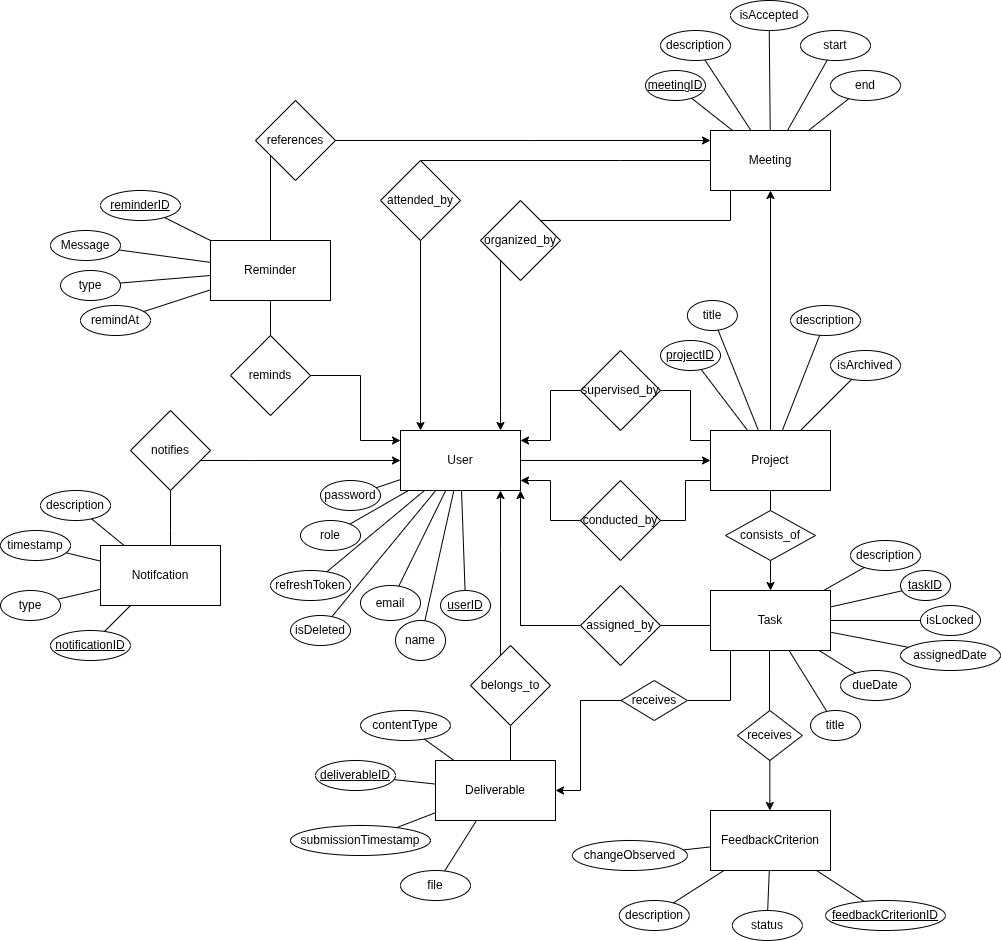
Above: UML/ERD/Entity Relationship Diagram.drawio.png in Beginner50/Dissertation (draw.io), before the change. Source tidied: cells renumbered, new cells last; positions are measured from the earlier drawing's top-left corner, leaving out a move shared by most shapes.
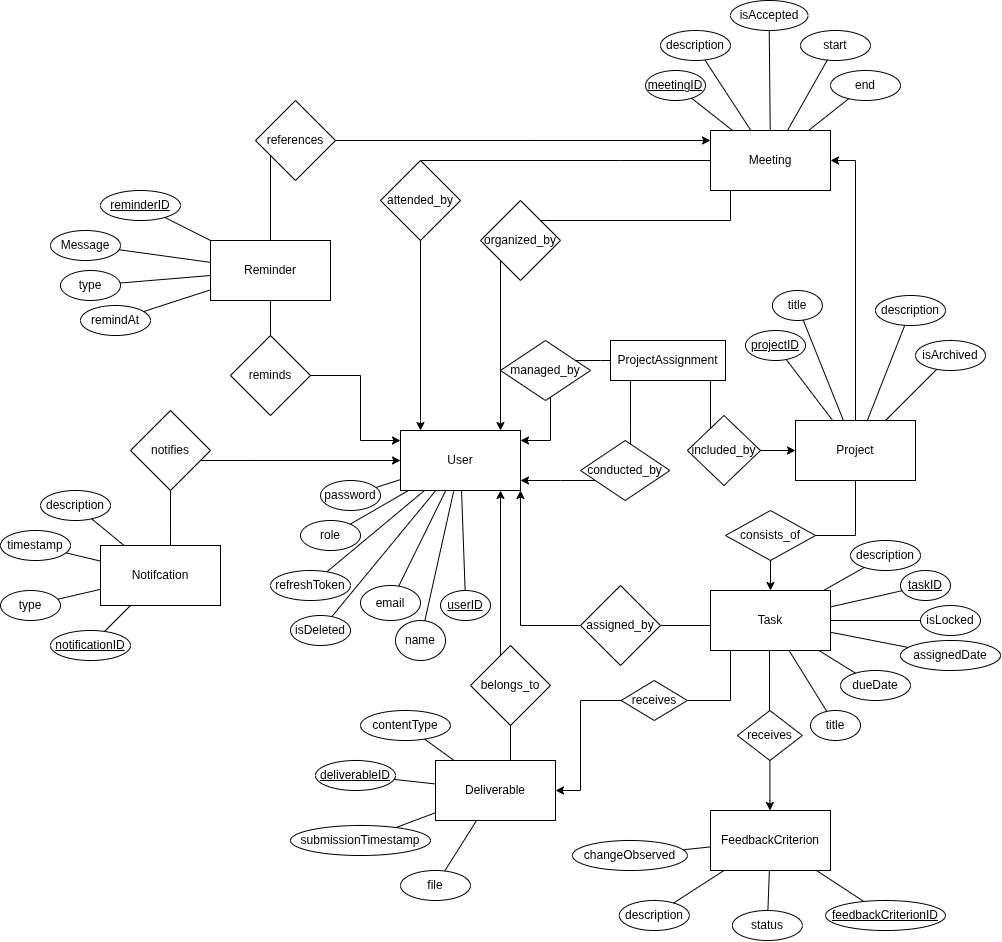
Later version of the same file.

Change to the diagram source:
```diff
@@ -9,8 +9,12 @@
         </Array>
       </mxGeometry>
     </mxCell>
-    <mxCell id="3" style="edgeStyle=orthogonalEdgeStyle;rounded=0;jettySize=auto;html=1;exitX=1;exitY=0.5;exitDx=0;exitDy=0;" parent="1" edge="1" source="5" target="8">
-      <mxGeometry relative="1" as="geometry" />
+    <mxCell id="3" style="edgeStyle=orthogonalEdgeStyle;rounded=0;jettySize=auto;html=1;endArrow=classic;endFill=1;startArrow=none;startFill=0;" parent="1" edge="1" source="124" target="8">
+      <mxGeometry relative="1" as="geometry">
+        <Array as="points">
+          <mxPoint x="710" y="450" />
+        </Array>
+      </mxGeometry>
     </mxCell>
     <mxCell id="4" style="edgeStyle=orthogonalEdgeStyle;rounded=0;jettySize=auto;html=1;endArrow=none;endFill=0;startArrow=classic;startFill=1;" parent="1" edge="1" source="5" target="27">
       <mxGeometry relative="1" as="geometry">
@@ -27,10 +31,14 @@
       <mxGeometry relative="1" as="geometry" />
     </mxCell>
     <mxCell id="7" style="edgeStyle=orthogonalEdgeStyle;rounded=0;jettySize=auto;html=1;exitX=0.5;exitY=0;exitDx=0;exitDy=0;" parent="1" edge="1" source="8" target="10">
-      <mxGeometry relative="1" as="geometry" />
+      <mxGeometry relative="1" as="geometry">
+        <Array as="points">
+          <mxPoint x="855" y="160" />
+        </Array>
+      </mxGeometry>
     </mxCell>
     <mxCell id="8" value="Project" style="rounded=0;whiteSpace=wrap;html=1;" parent="1" vertex="1">
-      <mxGeometry x="710" y="430" width="120" height="60" as="geometry" />
+      <mxGeometry x="795" y="420" width="120" height="60" as="geometry" />
     </mxCell>
     <mxCell id="9" style="edgeStyle=orthogonalEdgeStyle;rounded=0;jettySize=auto;html=1;endArrow=none;endFill=0;" parent="1" edge="1" source="10" target="23">
       <mxGeometry relative="1" as="geometry">
@@ -128,33 +136,25 @@
     <mxCell id="25" value="references" style="rhombus;whiteSpace=wrap;html=1;" parent="1" vertex="1">
       <mxGeometry x="255" y="100" width="80" height="80" as="geometry" />
     </mxCell>
-    <mxCell id="26" style="edgeStyle=orthogonalEdgeStyle;rounded=0;jettySize=auto;html=1;endArrow=none;endFill=0;" parent="1" edge="1" source="27" target="8">
+    <mxCell id="26" style="edgeStyle=orthogonalEdgeStyle;rounded=0;jettySize=auto;html=1;endArrow=none;endFill=0;startArrow=none;startFill=0;" parent="1" edge="1" source="27" target="124">
       <mxGeometry relative="1" as="geometry">
         <Array as="points">
-          <mxPoint x="690" y="390" />
-          <mxPoint x="690" y="440" />
+          <mxPoint x="600" y="360" />
+          <mxPoint x="600" y="360" />
         </Array>
       </mxGeometry>
     </mxCell>
-    <mxCell id="27" value="supervised_by" style="rhombus;whiteSpace=wrap;html=1;" parent="1" vertex="1">
-      <mxGeometry x="580" y="350" width="80" height="80" as="geometry" />
+    <mxCell id="27" value="managed_by" style="rhombus;whiteSpace=wrap;html=1;" parent="1" vertex="1">
+      <mxGeometry x="500" y="340" width="90" height="60" as="geometry" />
     </mxCell>
-    <mxCell id="28" style="edgeStyle=orthogonalEdgeStyle;rounded=0;jettySize=auto;html=1;endArrow=none;endFill=0;" parent="1" edge="1" source="29" target="8">
-      <mxGeometry relative="1" as="geometry">
-        <Array as="points">
-          <mxPoint x="685" y="520" />
-          <mxPoint x="685" y="480" />
-        </Array>
-      </mxGeometry>
-    </mxCell>
     <mxCell id="29" value="conducted_by" style="rhombus;whiteSpace=wrap;html=1;" parent="1" vertex="1">
-      <mxGeometry x="580" y="480" width="80" height="80" as="geometry" />
+      <mxGeometry x="580" y="440" width="89.4" height="60" as="geometry" />
     </mxCell>
     <mxCell id="30" style="edgeStyle=orthogonalEdgeStyle;rounded=0;jettySize=auto;html=1;endArrow=none;endFill=0;startArrow=classic;startFill=1;" parent="1" edge="1" source="5" target="29">
       <mxGeometry relative="1" as="geometry">
         <Array as="points">
-          <mxPoint x="550" y="480" />
-          <mxPoint x="550" y="520" />
+          <mxPoint x="560" y="480" />
+          <mxPoint x="560" y="480" />
         </Array>
       </mxGeometry>
     </mxCell>
@@ -231,16 +231,16 @@
       <mxGeometry relative="1" as="geometry" />
     </mxCell>
     <mxCell id="55" value="&lt;u&gt;projectID&lt;/u&gt;" style="ellipse;whiteSpace=wrap;html=1;" parent="1" vertex="1">
-      <mxGeometry x="660" y="340" width="60" height="30" as="geometry" />
+      <mxGeometry x="745" y="330" width="60" height="30" as="geometry" />
     </mxCell>
     <mxCell id="56" value="title" style="ellipse;whiteSpace=wrap;html=1;" parent="1" vertex="1">
-      <mxGeometry x="686.9" y="300" width="50" height="30" as="geometry" />
+      <mxGeometry x="771.9" y="290" width="50" height="30" as="geometry" />
     </mxCell>
     <mxCell id="57" value="description" style="ellipse;whiteSpace=wrap;html=1;" parent="1" vertex="1">
-      <mxGeometry x="790" y="305" width="70" height="30" as="geometry" />
+      <mxGeometry x="875" y="295" width="70" height="30" as="geometry" />
     </mxCell>
     <mxCell id="58" value="isArchived" style="ellipse;whiteSpace=wrap;html=1;" parent="1" vertex="1">
-      <mxGeometry x="830" y="350" width="70" height="30" as="geometry" />
+      <mxGeometry x="915" y="340" width="70" height="30" as="geometry" />
     </mxCell>
     <mxCell id="59" style="endArrow=none;html=1;rounded=0;" parent="1" edge="1" source="8" target="55">
       <mxGeometry relative="1" as="geometry" />
@@ -467,5 +467,19 @@
         </Array>
       </mxGeometry>
     </mxCell>
+    <mxCell id="123" style="edgeStyle=orthogonalEdgeStyle;rounded=0;jettySize=auto;html=1;endArrow=none;endFill=0;" parent="1" edge="1" source="124" target="29">
+      <mxGeometry relative="1" as="geometry">
+        <Array as="points">
+          <mxPoint x="630" y="430" />
+          <mxPoint x="630" y="430" />
+        </Array>
+      </mxGeometry>
+    </mxCell>
+    <mxCell id="124" value="ProjectAssignment" style="rounded=0;whiteSpace=wrap;html=1;" parent="1" vertex="1">
+      <mxGeometry x="610" y="340" width="115" height="40" as="geometry" />
+    </mxCell>
+    <mxCell id="125" value="included_by" style="rhombus;whiteSpace=wrap;html=1;" parent="1" vertex="1">
+      <mxGeometry x="686.9" y="415" width="73.1" height="70" as="geometry" />
+    </mxCell>
   </root>
 </mxGraphModel>
```
